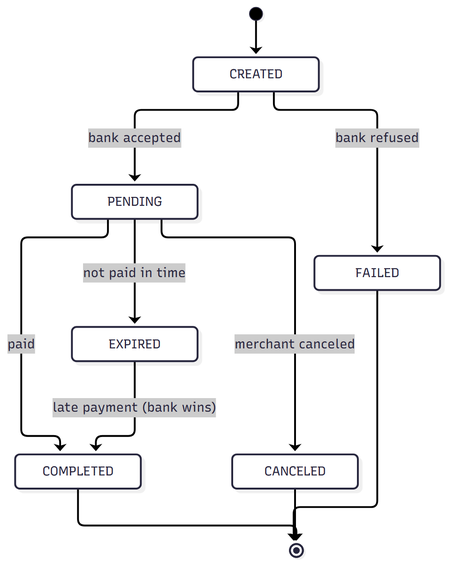
Above: docs/diagrams/payment-states.png in leonardolermen/payment-gateway (Mermaid), before the change. Its source is kept beside it as docs/diagrams/payment-states.mmd. Its diagram source:
```mermaid
stateDiagram-v2
  [*] --> CREATED
  CREATED --> PENDING: bank accepted
  CREATED --> FAILED: bank refused
  PENDING --> COMPLETED: paid
  PENDING --> EXPIRED: not paid in time
  PENDING --> CANCELED: merchant canceled
  EXPIRED --> COMPLETED: late payment (bank wins)
  COMPLETED --> [*]
  CANCELED --> [*]
  FAILED --> [*]
```
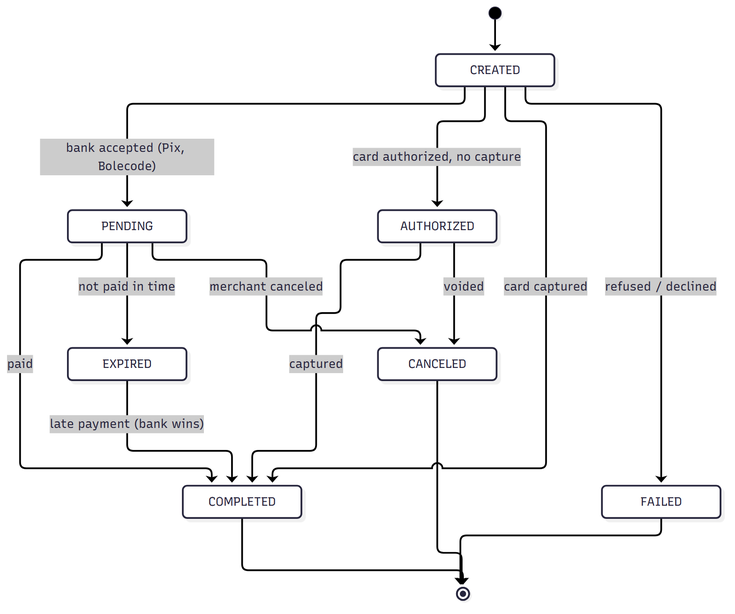
After the commit.

Diff of the diagram source:
```diff
@@ -1,11 +1,15 @@
 stateDiagram-v2
   [*] --> CREATED
-  CREATED --> PENDING: bank accepted
-  CREATED --> FAILED: bank refused
+  CREATED --> PENDING: bank accepted (Pix, Bolecode)
+  CREATED --> AUTHORIZED: card authorized, no capture
+  CREATED --> COMPLETED: card captured
+  CREATED --> FAILED: refused / declined
   PENDING --> COMPLETED: paid
   PENDING --> EXPIRED: not paid in time
   PENDING --> CANCELED: merchant canceled
   EXPIRED --> COMPLETED: late payment (bank wins)
+  AUTHORIZED --> COMPLETED: captured
+  AUTHORIZED --> CANCELED: voided
   COMPLETED --> [*]
   CANCELED --> [*]
   FAILED --> [*]
```
